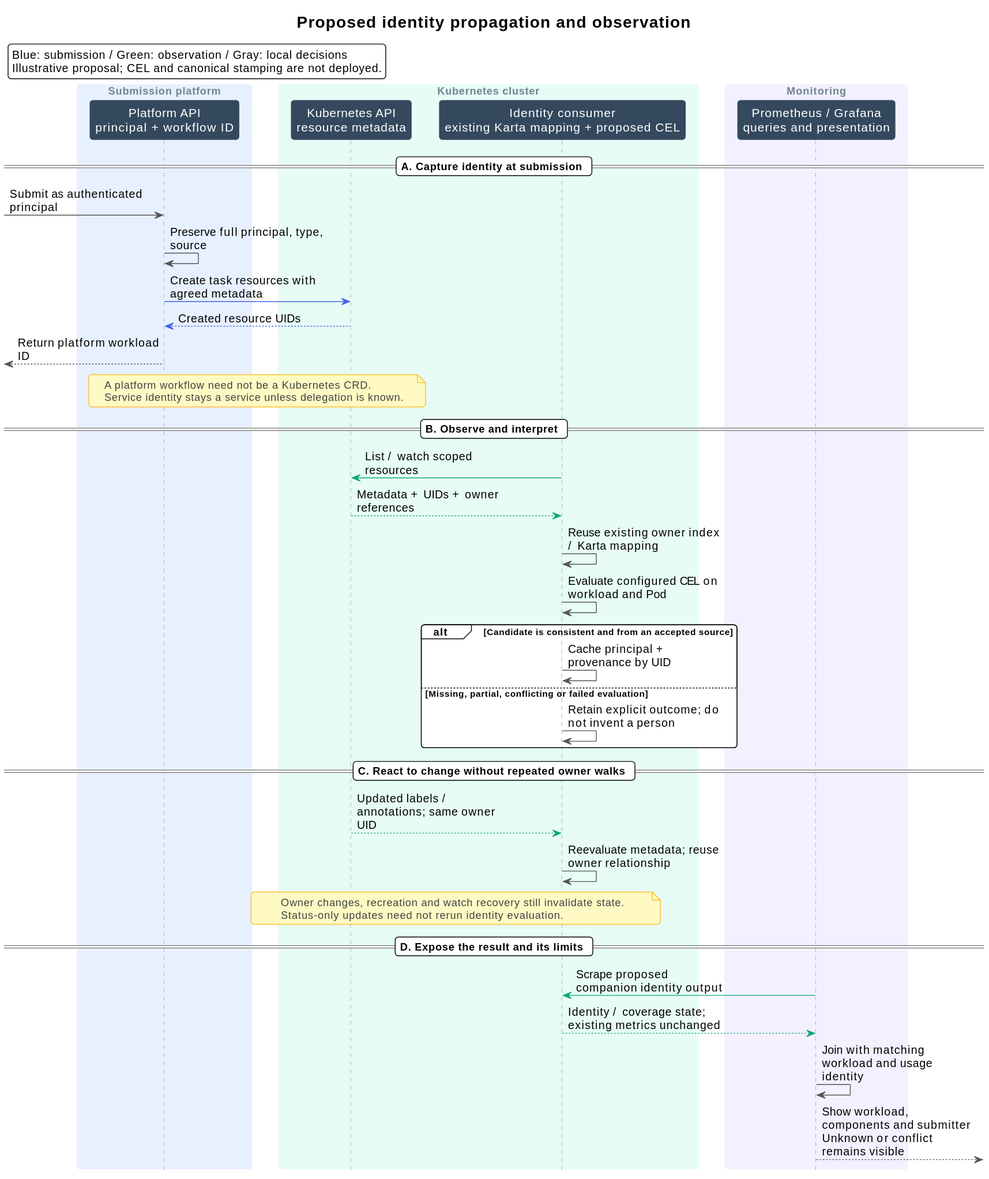
This is docs/metrics-exporter-lab/submitter-attribution/submission-sequence.svg from AviadHayumi/workload-map, a PlantUML export, as it was before one commit. Its diagram source:
```plantuml
@startuml
!theme plain
skinparam backgroundColor white
skinparam shadowing true
skinparam RoundCorner 8
skinparam ParticipantPadding 25
skinparam BoxPadding 15
skinparam maxMessageSize 235
skinparam DefaultFontName SansSerif
skinparam TitleFontSize 20
skinparam sequence {
    ArrowColor #555555
    ArrowFontName SansSerif
    ArrowFontSize 11
    LifeLineBorderColor #BDC3C7
    LifeLineBackgroundColor #ECF0F1
    ParticipantBorderColor transparent
    ParticipantBackgroundColor #34495E
    ParticipantFontName SansSerif
    ParticipantFontSize 13
    ParticipantFontColor white
    BoxBorderColor transparent
    BoxFontName SansSerif
    BoxFontSize 11
    BoxFontColor #6F8592
}
skinparam note {
    BackgroundColor #FFF9C4
    BorderColor #FBC02D
    FontName SansSerif
    FontSize 11
    FontColor #424242
}

skinparam shadowing false
skinparam ParticipantPadding 12
skinparam maxMessageSize 190
skinparam sequenceArrowFontSize 14
skinparam sequenceParticipantFontSize 15
skinparam noteFontSize 13
hide footbox
title Proposed identity propagation and observation
box "Submission platform" #E7F0FF
participant "Platform API\nprincipal + workflow ID" as P
end box
box "Kubernetes cluster" #E6FCF5
participant "Kubernetes API\nresource metadata" as K
participant "Identity consumer\nexisting Karta mapping + proposed CEL" as C
end box
box "Monitoring" #F3F0FF
participant "Prometheus / Grafana\nqueries and presentation" as M
end box
legend top left
Blue: submission / Green: observation / Gray: local decisions
Illustrative proposal; CEL and canonical stamping are not deployed.
endlegend
== A. Capture identity at submission ==
[-> P: Submit as authenticated principal
P -> P: Preserve full principal, type, source
P -[#4263EB]> K: Create task resources with agreed metadata
K --[#4263EB]> P: Created resource UIDs
P -->[: Return platform workload ID
note over P,K
A platform workflow need not be a Kubernetes CRD.
Service identity stays a service unless delegation is known.
end note
== B. Observe and interpret ==
C -[#0CA678]> K: List / watch scoped resources
K --[#0CA678]> C: Metadata + UIDs + owner references
C -> C: Reuse existing owner index / Karta mapping
C -> C: Evaluate configured CEL on workload and Pod
alt Candidate is consistent and from an accepted source
 C -> C: Cache principal + provenance by UID
else Missing, partial, conflicting or failed evaluation
 C -> C: Retain explicit outcome; do not invent a person
end
== C. React to change without repeated owner walks ==
K --[#0CA678]> C: Updated labels / annotations; same owner UID
C -> C: Reevaluate metadata; reuse owner relationship
note over K,C
Owner changes, recreation and watch recovery still invalidate state.
Status-only updates need not rerun identity evaluation.
end note
== D. Expose the result and its limits ==
M -[#0CA678]> C: Scrape proposed companion identity output
C --[#0CA678]> M: Identity / coverage state; existing metrics unchanged
M -> M: Join with matching workload and usage identity
M -->]: Show workload, components and submitter\nUnknown or conflict remains visible
@enduml
```
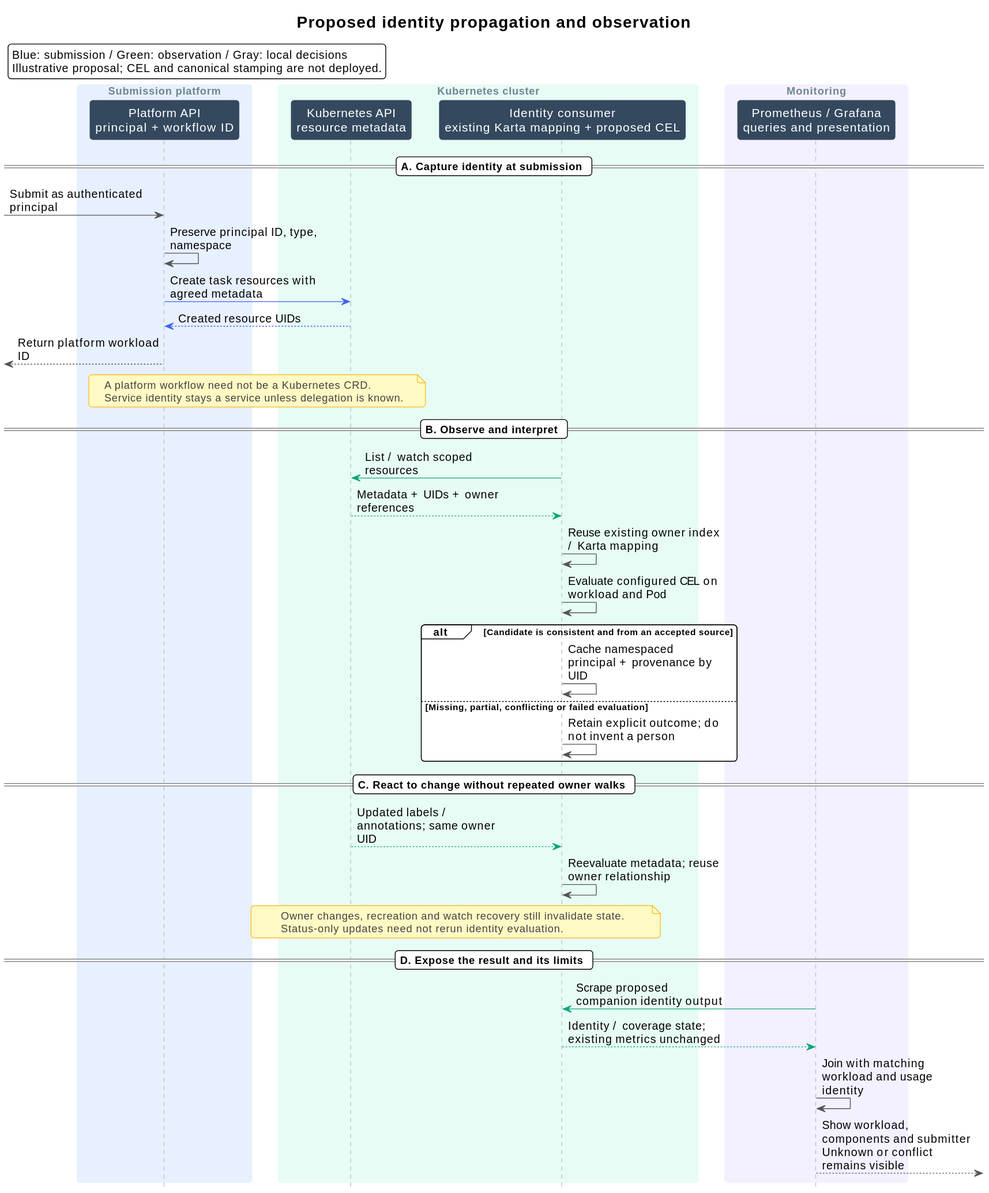
The same diagram one commit later.

Change to the diagram source:
```diff
@@ -56,7 +56,7 @@
 endlegend
 == A. Capture identity at submission ==
 [-> P: Submit as authenticated principal
-P -> P: Preserve full principal, type, source
+P -> P: Preserve principal ID, type, namespace
 P -[#4263EB]> K: Create task resources with agreed metadata
 K --[#4263EB]> P: Created resource UIDs
 P -->[: Return platform workload ID
@@ -70,7 +70,7 @@
 C -> C: Reuse existing owner index / Karta mapping
 C -> C: Evaluate configured CEL on workload and Pod
 alt Candidate is consistent and from an accepted source
- C -> C: Cache principal + provenance by UID
+ C -> C: Cache namespaced principal + provenance by UID
 else Missing, partial, conflicting or failed evaluation
  C -> C: Retain explicit outcome; do not invent a person
 end
```
